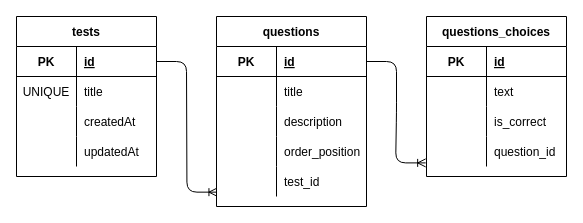
This is docs/school-tests.drawio from devBruna/challenge-gamaacademy, a draw.io file, before an edit. Source tidied: cells renumbered, new cells numbered last; positions are measured from the earlier drawing's top-left corner, leaving out a move shared by most shapes. Both pictures are drawn from the tidied source at 100%, with x=0, y=0 at pixel (16, 16).
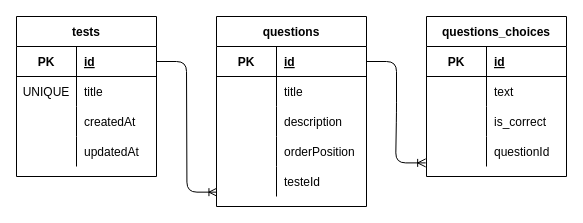
Above is the later version.

Commit message:
docs: update sgbd relations

The change refers to these unchanged cells:
```xml
<mxCell id="25" style="shape=partialRectangle;fillColor=none;top=0;left=0;bottom=0;right=0;" parent="15" vertex="1">
  <mxGeometry y="120" width="150" height="30" as="geometry" />
</mxCell>
<mxCell id="28" style="shape=partialRectangle;fillColor=none;top=0;left=0;bottom=0;right=0;points=[[0,0.5],[1,0.5]];portConstraint=eastwest;" parent="15" vertex="1">
  <mxGeometry y="150" width="150" height="30" as="geometry" />
</mxCell>
<mxCell id="41" style="shape=partialRectangle;fillColor=none;top=0;left=0;bottom=0;right=0;points=[[0,0.5],[1,0.5]];portConstraint=eastwest;" parent="31" vertex="1">
  <mxGeometry y="120" width="140" height="30" as="geometry" />
</mxCell>
```

The edit, as a diff of the source:
```diff
@@
-    <mxCell id="27" value="order_position" style="shape=partialRectangle;fillColor=none;top=0;left=0;bottom=0;right=0;align=left;spacingLeft=6;overflow=hidden;" parent="25" vertex="1">
+    <mxCell id="27" value="orderPosition" style="shape=partialRectangle;fillColor=none;top=0;left=0;bottom=0;right=0;align=left;spacingLeft=6;overflow=hidden;" parent="25" vertex="1">
       <mxGeometry x="60" width="90" height="30" as="geometry" />
     </mxCell>
@@
-    <mxCell id="30" value="test_id" style="shape=partialRectangle;fillColor=none;top=0;left=0;bottom=0;right=0;align=left;spacingLeft=6;overflow=hidden;" parent="28" vertex="1">
+    <mxCell id="30" value="testeId" style="shape=partialRectangle;fillColor=none;top=0;left=0;bottom=0;right=0;align=left;spacingLeft=6;overflow=hidden;" parent="28" vertex="1">
       <mxGeometry x="60" width="90" height="30" as="geometry" />
     </mxCell>
@@
-    <mxCell id="43" value="question_id" style="shape=partialRectangle;fillColor=none;top=0;left=0;bottom=0;right=0;align=left;spacingLeft=6;overflow=hidden;" parent="41" vertex="1">
+    <mxCell id="43" value="questionId" style="shape=partialRectangle;fillColor=none;top=0;left=0;bottom=0;right=0;align=left;spacingLeft=6;overflow=hidden;" parent="41" vertex="1">
       <mxGeometry x="60" width="80" height="30" as="geometry" />
     </mxCell>
```
